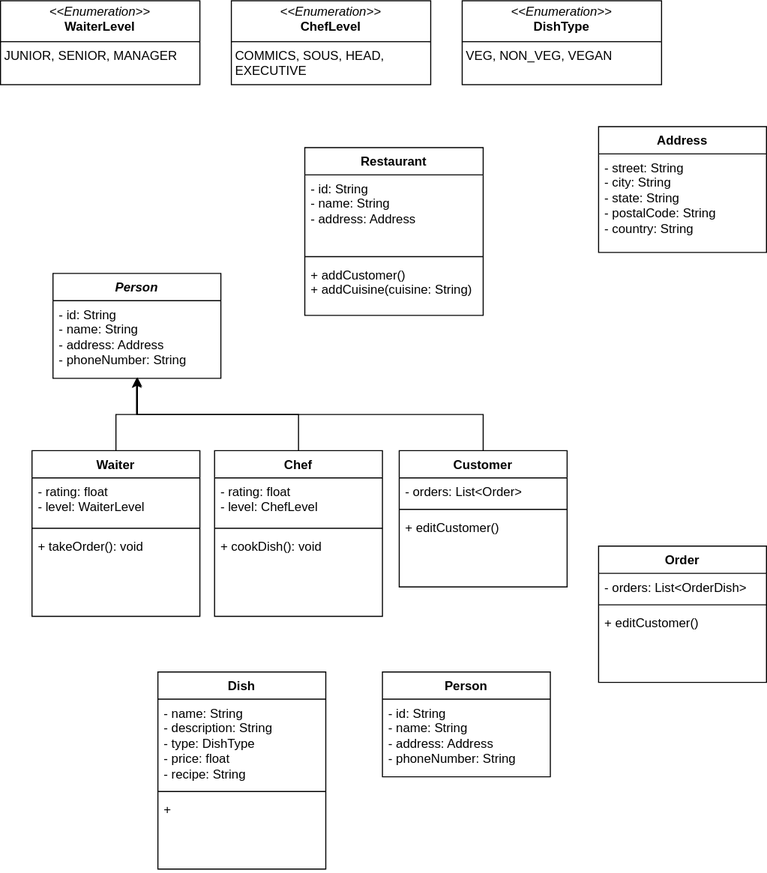
nityabhaskar21/java_projects keeps this draw.io diagram as lld/class_diagrams/resturant.drawio.svg. Above is the earlier version. Source tidied: cells renumbered, new cells last; positions are measured from the earlier drawing's top-left corner, leaving out a move shared by most shapes.
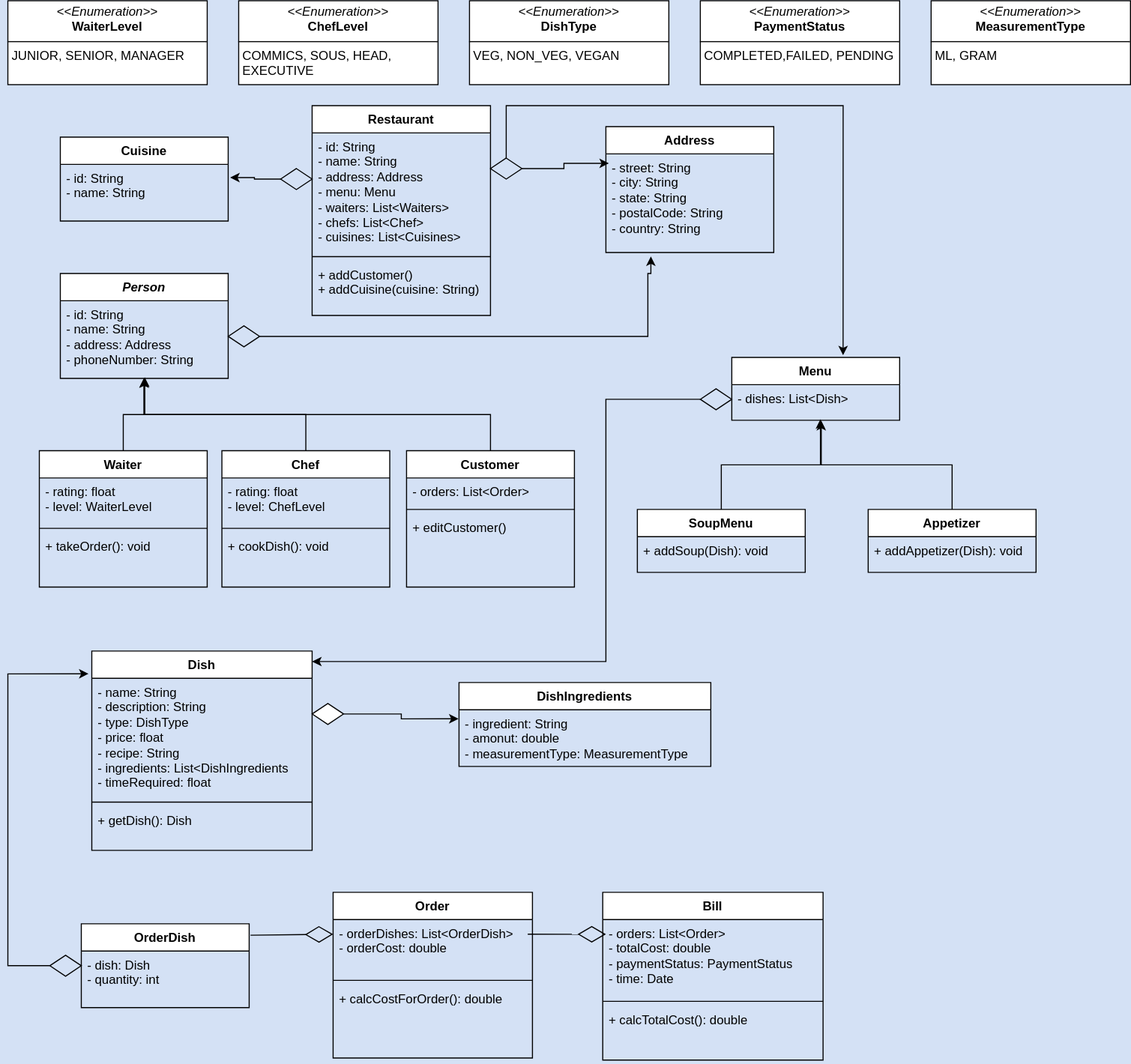
After the change.

The edit, as a diff of the source:
```diff
@@ -1,2 +1,2 @@
-<mxGraphModel>
+<mxGraphModel background="#D4E1F5">
   <root>
@@ -5,12 +5,12 @@
     <mxCell id="2" value="Restaurant" style="swimlane;fontStyle=1;align=center;verticalAlign=top;horizontal=1;startSize=26;whiteSpace=wrap;html=1;" parent="1" vertex="1">
-      <mxGeometry x="290" y="140" width="170" height="160" as="geometry" />
+      <mxGeometry x="290" y="100" width="170" height="200" as="geometry" />
     </mxCell>
-    <mxCell id="3" value="- id: String&lt;div&gt;- name: String&lt;/div&gt;&lt;div&gt;- address: Address&lt;/div&gt;" style="text;strokeColor=none;fillColor=none;align=left;verticalAlign=top;spacingLeft=4;spacingRight=4;overflow=hidden;whiteSpace=wrap;html=1;" parent="2" vertex="1">
-      <mxGeometry y="26" width="170" height="74" as="geometry" />
+    <mxCell id="3" value="- id: String&lt;div&gt;- name: String&lt;/div&gt;&lt;div&gt;- address: Address&lt;/div&gt;&lt;div&gt;- menu: Menu&lt;/div&gt;&lt;div&gt;- waiters: List&amp;lt;Waiters&amp;gt;&lt;/div&gt;&lt;div&gt;- chefs: List&amp;lt;Chef&amp;gt;&lt;/div&gt;&lt;div&gt;- cuisines: List&amp;lt;Cuisines&amp;gt;&lt;/div&gt;" style="text;strokeColor=none;fillColor=none;align=left;verticalAlign=top;spacingLeft=4;spacingRight=4;overflow=hidden;whiteSpace=wrap;html=1;" parent="2" vertex="1">
+      <mxGeometry y="26" width="170" height="114" as="geometry" />
     </mxCell>
     <mxCell id="4" style="line;strokeWidth=1;fillColor=none;align=left;verticalAlign=middle;spacingTop=-1;spacingLeft=3;spacingRight=3;labelPosition=right;strokeColor=inherit;" parent="2" vertex="1">
-      <mxGeometry y="100" width="170" height="8" as="geometry" />
+      <mxGeometry y="140" width="170" height="8" as="geometry" />
     </mxCell>
     <mxCell id="5" value="+ addCustomer()&lt;div&gt;+ addCuisine(cuisine: String)&lt;/div&gt;" style="text;strokeColor=none;fillColor=none;align=left;verticalAlign=top;spacingLeft=4;spacingRight=4;overflow=hidden;whiteSpace=wrap;html=1;" parent="2" vertex="1">
-      <mxGeometry y="108" width="170" height="52" as="geometry" />
+      <mxGeometry y="148" width="170" height="52" as="geometry" />
     </mxCell>
@@ -44,3 +44,3 @@
     <mxCell id="15" value="Waiter" style="swimlane;fontStyle=1;align=center;verticalAlign=top;horizontal=1;startSize=26;whiteSpace=wrap;html=1;" parent="1" vertex="1">
-      <mxGeometry x="30" y="429" width="160" height="158" as="geometry" />
+      <mxGeometry x="30" y="429" width="160" height="130" as="geometry" />
     </mxCell>
@@ -53,3 +53,3 @@
     <mxCell id="18" value="+ takeOrder(): void" style="text;strokeColor=none;fillColor=none;align=left;verticalAlign=top;spacingLeft=4;spacingRight=4;overflow=hidden;whiteSpace=wrap;html=1;" parent="15" vertex="1">
-      <mxGeometry y="78" width="160" height="80" as="geometry" />
+      <mxGeometry y="78" width="160" height="52" as="geometry" />
     </mxCell>
@@ -65,3 +65,3 @@
     <mxCell id="22" value="Chef" style="swimlane;fontStyle=1;align=center;verticalAlign=top;horizontal=1;startSize=26;whiteSpace=wrap;html=1;" parent="1" vertex="1">
-      <mxGeometry x="204" y="429" width="160" height="158" as="geometry" />
+      <mxGeometry x="204" y="429" width="160" height="130" as="geometry" />
     </mxCell>
@@ -74,3 +74,3 @@
     <mxCell id="25" value="+ cookDish(): void" style="text;strokeColor=none;fillColor=none;align=left;verticalAlign=top;spacingLeft=4;spacingRight=4;overflow=hidden;whiteSpace=wrap;html=1;" parent="22" vertex="1">
-      <mxGeometry y="78" width="160" height="80" as="geometry" />
+      <mxGeometry y="78" width="160" height="52" as="geometry" />
     </mxCell>
@@ -79,25 +79,13 @@
     </mxCell>
-    <mxCell id="27" value="Order" style="swimlane;fontStyle=1;align=center;verticalAlign=top;horizontal=1;startSize=26;whiteSpace=wrap;html=1;" parent="1" vertex="1">
-      <mxGeometry x="570" y="520" width="160" height="130" as="geometry" />
-    </mxCell>
-    <mxCell id="28" value="- orders: List&amp;lt;OrderDish&amp;gt;" style="text;strokeColor=none;fillColor=none;align=left;verticalAlign=top;spacingLeft=4;spacingRight=4;overflow=hidden;whiteSpace=wrap;html=1;" parent="27" vertex="1">
-      <mxGeometry y="26" width="160" height="26" as="geometry" />
-    </mxCell>
-    <mxCell id="29" style="line;strokeWidth=1;fillColor=none;align=left;verticalAlign=middle;spacingTop=-1;spacingLeft=3;spacingRight=3;labelPosition=right;strokeColor=inherit;" parent="27" vertex="1">
-      <mxGeometry y="52" width="160" height="8" as="geometry" />
-    </mxCell>
-    <mxCell id="30" value="+ editCustomer()" style="text;strokeColor=none;fillColor=none;align=left;verticalAlign=top;spacingLeft=4;spacingRight=4;overflow=hidden;whiteSpace=wrap;html=1;" parent="27" vertex="1">
-      <mxGeometry y="60" width="160" height="70" as="geometry" />
-    </mxCell>
     <mxCell id="31" value="Dish" style="swimlane;fontStyle=1;align=center;verticalAlign=top;horizontal=1;startSize=26;whiteSpace=wrap;html=1;" parent="1" vertex="1">
-      <mxGeometry x="150" y="640" width="160" height="188" as="geometry" />
+      <mxGeometry x="80" y="620" width="210" height="190" as="geometry" />
     </mxCell>
-    <mxCell id="32" value="- name: String&lt;div&gt;- description: String&lt;/div&gt;&lt;div&gt;- type: DishType&lt;/div&gt;&lt;div&gt;- price: float&lt;/div&gt;&lt;div&gt;- recipe: String&lt;/div&gt;" style="text;strokeColor=none;fillColor=none;align=left;verticalAlign=top;spacingLeft=4;spacingRight=4;overflow=hidden;whiteSpace=wrap;html=1;" parent="31" vertex="1">
-      <mxGeometry y="26" width="160" height="84" as="geometry" />
+    <mxCell id="32" value="- name: String&lt;div&gt;- description: String&lt;/div&gt;&lt;div&gt;- type: DishType&lt;/div&gt;&lt;div&gt;- price: float&lt;/div&gt;&lt;div&gt;- recipe: String&lt;/div&gt;&lt;div&gt;- ingredients: List&amp;lt;DishIngredients&lt;/div&gt;&lt;div&gt;- timeRequired: float&lt;/div&gt;" style="text;strokeColor=none;fillColor=none;align=left;verticalAlign=top;spacingLeft=4;spacingRight=4;overflow=hidden;whiteSpace=wrap;html=1;" parent="31" vertex="1">
+      <mxGeometry y="26" width="210" height="114" as="geometry" />
     </mxCell>
     <mxCell id="33" style="line;strokeWidth=1;fillColor=none;align=left;verticalAlign=middle;spacingTop=-1;spacingLeft=3;spacingRight=3;labelPosition=right;strokeColor=inherit;" parent="31" vertex="1">
-      <mxGeometry y="110" width="160" height="8" as="geometry" />
+      <mxGeometry y="140" width="210" height="8" as="geometry" />
     </mxCell>
-    <mxCell id="34" value="+&amp;nbsp;" style="text;strokeColor=none;fillColor=none;align=left;verticalAlign=top;spacingLeft=4;spacingRight=4;overflow=hidden;whiteSpace=wrap;html=1;" parent="31" vertex="1">
-      <mxGeometry y="118" width="160" height="70" as="geometry" />
+    <mxCell id="34" value="+ getDish(): Dish" style="text;strokeColor=none;fillColor=none;align=left;verticalAlign=top;spacingLeft=4;spacingRight=4;overflow=hidden;whiteSpace=wrap;html=1;" parent="31" vertex="1">
+      <mxGeometry y="148" width="210" height="42" as="geometry" />
     </mxCell>
@@ -106,8 +94,146 @@
     </mxCell>
-    <mxCell id="36" value="Person" style="swimlane;fontStyle=1;align=center;verticalAlign=top;horizontal=1;startSize=26;whiteSpace=wrap;html=1;" parent="1" vertex="1">
-      <mxGeometry x="364" y="640" width="160" height="100" as="geometry" />
-    </mxCell>
-    <mxCell id="37" value="- id: String&lt;div&gt;- name: String&lt;/div&gt;&lt;div&gt;- address: Address&lt;/div&gt;&lt;div&gt;- phoneNumber: String&lt;/div&gt;" style="text;strokeColor=none;fillColor=none;align=left;verticalAlign=top;spacingLeft=4;spacingRight=4;overflow=hidden;whiteSpace=wrap;html=1;" parent="36" vertex="1">
-      <mxGeometry y="26" width="160" height="74" as="geometry" />
-    </mxCell>
+    <mxCell id="38" value="OrderDish" style="swimlane;fontStyle=1;align=center;verticalAlign=top;horizontal=1;startSize=26;whiteSpace=wrap;html=1;" parent="1" vertex="1">
+      <mxGeometry x="70" y="880" width="160" height="80" as="geometry" />
+    </mxCell>
+    <mxCell id="39" value="- dish: Dish&lt;div&gt;- quantity: int&lt;/div&gt;" style="text;strokeColor=none;fillColor=none;align=left;verticalAlign=top;spacingLeft=4;spacingRight=4;overflow=hidden;whiteSpace=wrap;html=1;" parent="38" vertex="1">
+      <mxGeometry y="26" width="160" height="54" as="geometry" />
+    </mxCell>
+    <mxCell id="27" value="Order" style="swimlane;fontStyle=1;align=center;verticalAlign=top;horizontal=1;startSize=26;whiteSpace=wrap;html=1;" parent="1" vertex="1">
+      <mxGeometry x="310" y="850" width="190" height="158" as="geometry" />
+    </mxCell>
+    <mxCell id="40" value="- orderDishes: List&amp;lt;OrderDish&amp;gt;&lt;div&gt;- orderCost: double&lt;/div&gt;" style="text;strokeColor=none;fillColor=none;align=left;verticalAlign=top;spacingLeft=4;spacingRight=4;overflow=hidden;whiteSpace=wrap;html=1;" parent="27" vertex="1">
+      <mxGeometry y="26" width="190" height="54" as="geometry" />
+    </mxCell>
+    <mxCell id="41" style="line;strokeWidth=1;fillColor=none;align=left;verticalAlign=middle;spacingTop=-1;spacingLeft=3;spacingRight=3;labelPosition=right;strokeColor=inherit;" parent="27" vertex="1">
+      <mxGeometry y="80" width="190" height="8" as="geometry" />
+    </mxCell>
+    <mxCell id="42" value="+ calcCostForOrder(): double" style="text;strokeColor=none;fillColor=none;align=left;verticalAlign=top;spacingLeft=4;spacingRight=4;overflow=hidden;whiteSpace=wrap;html=1;" parent="27" vertex="1">
+      <mxGeometry y="88" width="190" height="70" as="geometry" />
+    </mxCell>
+    <mxCell id="43" value="Bill" style="swimlane;fontStyle=1;align=center;verticalAlign=top;horizontal=1;startSize=26;whiteSpace=wrap;html=1;" parent="1" vertex="1">
+      <mxGeometry x="567" y="850" width="210" height="160" as="geometry" />
+    </mxCell>
+    <mxCell id="44" value="- orders: List&amp;lt;Order&amp;gt;&lt;div&gt;- totalCost: double&lt;/div&gt;&lt;div&gt;- paymentStatus: PaymentStatus&lt;/div&gt;&lt;div&gt;- time: Date&lt;/div&gt;" style="text;strokeColor=none;fillColor=none;align=left;verticalAlign=top;spacingLeft=4;spacingRight=4;overflow=hidden;whiteSpace=wrap;html=1;" parent="43" vertex="1">
+      <mxGeometry y="26" width="210" height="74" as="geometry" />
+    </mxCell>
+    <mxCell id="45" style="line;strokeWidth=1;fillColor=none;align=left;verticalAlign=middle;spacingTop=-1;spacingLeft=3;spacingRight=3;labelPosition=right;strokeColor=inherit;" parent="43" vertex="1">
+      <mxGeometry y="100" width="210" height="8" as="geometry" />
+    </mxCell>
+    <mxCell id="46" value="+ calcTotalCost(): double" style="text;strokeColor=none;fillColor=none;align=left;verticalAlign=top;spacingLeft=4;spacingRight=4;overflow=hidden;whiteSpace=wrap;html=1;" parent="43" vertex="1">
+      <mxGeometry y="108" width="210" height="52" as="geometry" />
+    </mxCell>
+    <mxCell id="47" value="&lt;p style=&quot;margin:0px;margin-top:4px;text-align:center;&quot;&gt;&lt;i&gt;&amp;lt;&amp;lt;Enumeration&amp;gt;&amp;gt;&lt;/i&gt;&lt;br&gt;&lt;b&gt;PaymentStatus&lt;/b&gt;&lt;/p&gt;&lt;hr size=&quot;1&quot; style=&quot;border-style:solid;&quot;&gt;&lt;p style=&quot;margin:0px;margin-left:4px;&quot;&gt;COMPLETED,FAILED, PENDING&lt;/p&gt;" style="verticalAlign=top;align=left;overflow=fill;html=1;whiteSpace=wrap;" parent="1" vertex="1">
+      <mxGeometry x="660" width="190" height="80" as="geometry" />
+    </mxCell>
+    <mxCell id="48" style="endArrow=diamondThin;endFill=0;endSize=24;html=1;rounded=0;exitX=1.008;exitY=0.137;exitDx=0;exitDy=0;exitPerimeter=0;" parent="1" edge="1" source="38">
+      <mxGeometry relative="1" as="geometry">
+        <mxPoint x="310" y="890" as="targetPoint" />
+      </mxGeometry>
+    </mxCell>
+    <mxCell id="49" style="endArrow=diamondThin;endFill=0;endSize=24;html=1;rounded=0;exitX=1;exitY=0.259;exitDx=0;exitDy=0;exitPerimeter=0;" parent="1" edge="1">
+      <mxGeometry relative="1" as="geometry">
+        <mxPoint x="495.5" y="890" as="sourcePoint" />
+        <mxPoint x="570" y="890" as="targetPoint" />
+      </mxGeometry>
+    </mxCell>
+    <mxCell id="50" style="rhombus;whiteSpace=wrap;html=1;fillColor=none;" parent="1" vertex="1">
+      <mxGeometry x="40" y="910" width="30" height="20" as="geometry" />
+    </mxCell>
+    <mxCell id="51" style="edgeStyle=orthogonalEdgeStyle;rounded=0;jettySize=auto;html=1;entryX=-0.015;entryY=0.114;entryDx=0;entryDy=0;entryPerimeter=0;" parent="1" edge="1" source="50" target="31">
+      <mxGeometry relative="1" as="geometry">
+        <Array as="points">
+          <mxPoint y="920" />
+          <mxPoint y="641" />
+        </Array>
+      </mxGeometry>
+    </mxCell>
+    <mxCell id="52" style="rhombus;whiteSpace=wrap;html=1;fillColor=none;" parent="1" vertex="1">
+      <mxGeometry x="460" y="150" width="30" height="20" as="geometry" />
+    </mxCell>
+    <mxCell id="53" style="edgeStyle=orthogonalEdgeStyle;rounded=0;jettySize=auto;html=1;entryX=0.018;entryY=0.096;entryDx=0;entryDy=0;entryPerimeter=0;" parent="1" edge="1" source="52" target="7">
+      <mxGeometry relative="1" as="geometry" />
+    </mxCell>
+    <mxCell id="54" style="rhombus;whiteSpace=wrap;html=1;fillColor=none;" parent="1" vertex="1">
+      <mxGeometry x="210" y="310" width="30" height="20" as="geometry" />
+    </mxCell>
+    <mxCell id="55" style="edgeStyle=orthogonalEdgeStyle;rounded=0;jettySize=auto;html=1;entryX=0.268;entryY=1.04;entryDx=0;entryDy=0;entryPerimeter=0;exitX=1;exitY=0.5;exitDx=0;exitDy=0;" parent="1" edge="1" source="54" target="7">
+      <mxGeometry relative="1" as="geometry">
+        <Array as="points">
+          <mxPoint x="610" y="320" />
+          <mxPoint x="610" y="260" />
+          <mxPoint x="613" y="260" />
+        </Array>
+      </mxGeometry>
+    </mxCell>
+    <mxCell id="56" value="DishIngredients" style="swimlane;fontStyle=1;align=center;verticalAlign=top;horizontal=1;startSize=26;whiteSpace=wrap;html=1;" parent="1" vertex="1">
+      <mxGeometry x="430" y="650" width="240" height="80" as="geometry" />
+    </mxCell>
+    <mxCell id="57" value="- ingredient: String&lt;div&gt;- amonut: double&lt;/div&gt;&lt;div&gt;- measurementType: MeasurementType&lt;/div&gt;" style="text;strokeColor=none;fillColor=none;align=left;verticalAlign=top;spacingLeft=4;spacingRight=4;overflow=hidden;points=[[0,0.5],[1,0.5]];portConstraint=eastwest;whiteSpace=wrap;html=1;" parent="56" vertex="1">
+      <mxGeometry y="26" width="240" height="54" as="geometry" />
+    </mxCell>
+    <mxCell id="58" style="rhombus;whiteSpace=wrap;html=1;fillColor=default;" parent="1" vertex="1">
+      <mxGeometry x="290" y="670" width="30" height="20" as="geometry" />
+    </mxCell>
+    <mxCell id="59" style="edgeStyle=orthogonalEdgeStyle;rounded=0;jettySize=auto;html=1;entryX=-0.002;entryY=0.159;entryDx=0;entryDy=0;entryPerimeter=0;" parent="1" edge="1" source="58" target="57">
+      <mxGeometry relative="1" as="geometry" />
+    </mxCell>
+    <mxCell id="60" value="&lt;p style=&quot;margin:0px;margin-top:4px;text-align:center;&quot;&gt;&lt;i&gt;&amp;lt;&amp;lt;Enumeration&amp;gt;&amp;gt;&lt;/i&gt;&lt;br&gt;&lt;b&gt;MeasurementType&lt;/b&gt;&lt;/p&gt;&lt;hr size=&quot;1&quot; style=&quot;border-style:solid;&quot;&gt;&lt;p style=&quot;margin:0px;margin-left:4px;&quot;&gt;ML, GRAM&lt;/p&gt;" style="verticalAlign=top;align=left;overflow=fill;html=1;whiteSpace=wrap;" parent="1" vertex="1">
+      <mxGeometry x="880" width="190" height="80" as="geometry" />
+    </mxCell>
+    <mxCell id="61" value="Menu" style="swimlane;fontStyle=1;align=center;verticalAlign=top;horizontal=1;startSize=26;whiteSpace=wrap;html=1;" parent="1" vertex="1">
+      <mxGeometry x="690" y="340" width="160" height="60" as="geometry" />
+    </mxCell>
+    <mxCell id="62" value="- dishes: List&amp;lt;Dish&amp;gt;" style="text;strokeColor=none;fillColor=none;align=left;verticalAlign=top;spacingLeft=4;spacingRight=4;overflow=hidden;points=[[0,0.5],[1,0.5]];portConstraint=eastwest;whiteSpace=wrap;html=1;" parent="61" vertex="1">
+      <mxGeometry y="26" width="160" height="34" as="geometry" />
+    </mxCell>
+    <mxCell id="63" value="Cuisine" style="swimlane;fontStyle=1;align=center;verticalAlign=top;horizontal=1;startSize=26;whiteSpace=wrap;html=1;" parent="1" vertex="1">
+      <mxGeometry x="50" y="130" width="160" height="80" as="geometry" />
+    </mxCell>
+    <mxCell id="64" value="- id: String&lt;div&gt;- name: String&lt;/div&gt;" style="text;strokeColor=none;fillColor=none;align=left;verticalAlign=top;spacingLeft=4;spacingRight=4;overflow=hidden;points=[[0,0.5],[1,0.5]];portConstraint=eastwest;whiteSpace=wrap;html=1;" parent="63" vertex="1">
+      <mxGeometry y="26" width="160" height="54" as="geometry" />
+    </mxCell>
+    <mxCell id="65" style="rhombus;whiteSpace=wrap;html=1;fillColor=none;" parent="1" vertex="1">
+      <mxGeometry x="260" y="160" width="30" height="20" as="geometry" />
+    </mxCell>
+    <mxCell id="66" style="edgeStyle=orthogonalEdgeStyle;rounded=0;jettySize=auto;html=1;entryX=1.012;entryY=0.233;entryDx=0;entryDy=0;entryPerimeter=0;" parent="1" edge="1" source="65" target="64">
+      <mxGeometry relative="1" as="geometry" />
+    </mxCell>
+    <mxCell id="67" style="edgeStyle=orthogonalEdgeStyle;rounded=0;jettySize=auto;html=1;entryX=0.663;entryY=-0.034;entryDx=0;entryDy=0;entryPerimeter=0;exitX=0.5;exitY=0;exitDx=0;exitDy=0;" parent="1" edge="1" source="52" target="61">
+      <mxGeometry relative="1" as="geometry">
+        <Array as="points">
+          <mxPoint x="475" y="100" />
+          <mxPoint x="796" y="100" />
+        </Array>
+      </mxGeometry>
+    </mxCell>
+    <mxCell id="68" value="SoupMenu" style="swimlane;fontStyle=1;align=center;verticalAlign=top;horizontal=1;startSize=26;whiteSpace=wrap;html=1;" parent="1" vertex="1">
+      <mxGeometry x="600" y="485" width="160" height="60" as="geometry" />
+    </mxCell>
+    <mxCell id="69" value="+ addSoup(Dish): void" style="text;strokeColor=none;fillColor=none;align=left;verticalAlign=top;spacingLeft=4;spacingRight=4;overflow=hidden;whiteSpace=wrap;html=1;" parent="68" vertex="1">
+      <mxGeometry y="26" width="160" height="34" as="geometry" />
+    </mxCell>
+    <mxCell id="70" style="edgeStyle=orthogonalEdgeStyle;rounded=0;jettySize=auto;html=1;entryX=0.528;entryY=0.971;entryDx=0;entryDy=0;entryPerimeter=0;" parent="1" edge="1" source="68" target="62">
+      <mxGeometry relative="1" as="geometry" />
+    </mxCell>
+    <mxCell id="71" value="Appetizer" style="swimlane;fontStyle=1;align=center;verticalAlign=top;horizontal=1;startSize=26;whiteSpace=wrap;html=1;" parent="1" vertex="1">
+      <mxGeometry x="820" y="485" width="160" height="60" as="geometry" />
+    </mxCell>
+    <mxCell id="72" value="+ addAppetizer(Dish): void" style="text;strokeColor=none;fillColor=none;align=left;verticalAlign=top;spacingLeft=4;spacingRight=4;overflow=hidden;whiteSpace=wrap;html=1;" parent="71" vertex="1">
+      <mxGeometry y="26" width="160" height="34" as="geometry" />
+    </mxCell>
+    <mxCell id="73" style="edgeStyle=orthogonalEdgeStyle;rounded=0;jettySize=auto;html=1;entryX=0.533;entryY=1.018;entryDx=0;entryDy=0;entryPerimeter=0;" parent="1" edge="1" source="71" target="62">
+      <mxGeometry relative="1" as="geometry" />
+    </mxCell>
+    <mxCell id="74" style="edgeStyle=orthogonalEdgeStyle;rounded=0;jettySize=auto;html=1;" parent="1" edge="1" source="75">
+      <mxGeometry relative="1" as="geometry">
+        <mxPoint x="290" y="630" as="targetPoint" />
+        <Array as="points">
+          <mxPoint x="570" y="380" />
+          <mxPoint x="570" y="630" />
+        </Array>
+      </mxGeometry>
+    </mxCell>
+    <mxCell id="75" style="rhombus;whiteSpace=wrap;html=1;fillColor=none;" parent="1" vertex="1">
+      <mxGeometry x="660" y="370" width="30" height="20" as="geometry" />
+    </mxCell>
   </root>
```
